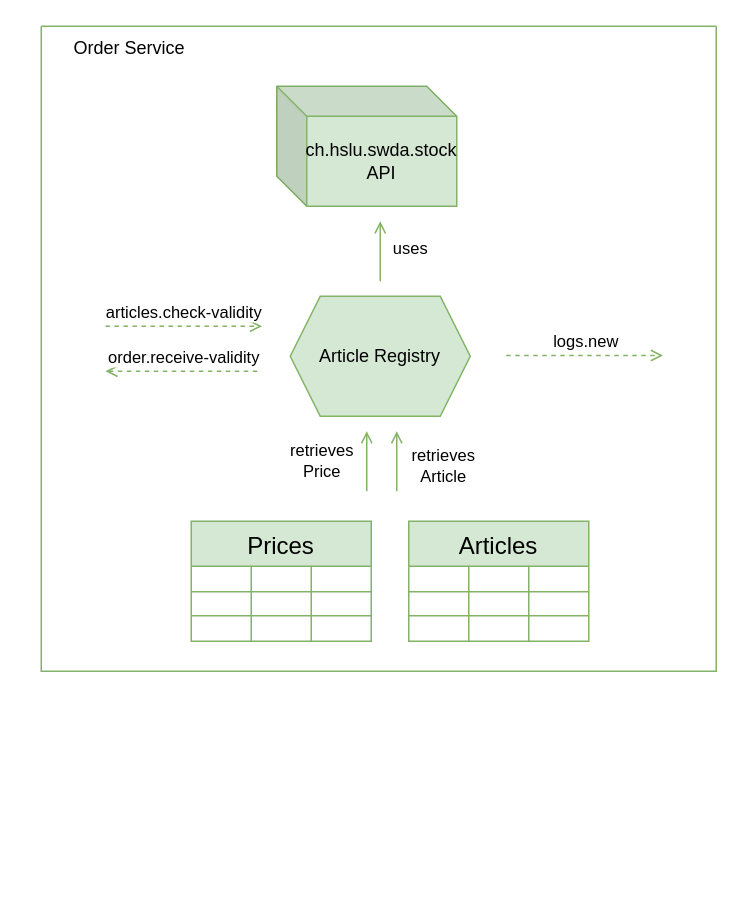
Earlier version of the draw.io diagram documentation/src/diagrams/C4/Layer2/ArticleRegistryService.drawio (joel-muller/hslu-swda). Source tidied: cells renumbered, new cells numbered last; positions are measured from the earlier drawing's top-left corner, leaving out a move shared by most shapes. Both pictures are drawn from the tidied source at 150%, with x=0, y=0 at pixel (40, 26).
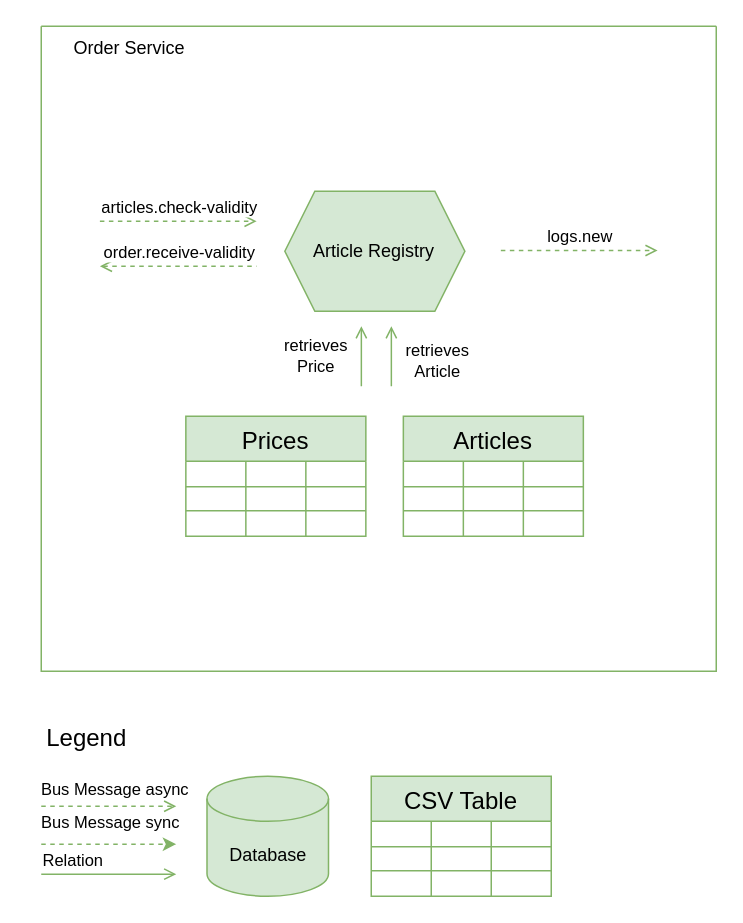
The same diagram, later.

Commit message (it also covers changes not shown here):
Add missing legend to the microserivces

The change refers to these unchanged cells:
```xml
<mxCell id="2" style="swimlane;startSize=0;fillColor=#d5e8d4;strokeColor=#82b366;" parent="1" vertex="1">
  <mxGeometry width="450" height="430" as="geometry" />
</mxCell>
```

Change to the diagram source:
```diff
@@
+    <mxCell id="9" value="Order Service" style="text;html=1;align=left;verticalAlign=middle;strokeColor=none;fillColor=none;" parent="2" vertex="1">
+      <mxGeometry x="20" width="100" height="30" as="geometry" />
+    </mxCell>
     <mxCell id="3" value="Article Registry" style="shape=hexagon;perimeter=hexagonPerimeter2;whiteSpace=wrap;html=1;fixedSize=1;fillColor=#d5e8d4;strokeColor=#82b366;" parent="2" vertex="1">
-      <mxGeometry x="166" y="180" width="120" height="80" as="geometry" />
+      <mxGeometry x="162.4" y="110" width="120" height="80" as="geometry" />
     </mxCell>
     <mxCell id="4" style="endArrow=none;html=1;rounded=0;fillColor=#d5e8d4;strokeColor=#82b366;startArrow=open;startFill=0;endFill=0;" parent="2" edge="1">
       <mxGeometry relative="1" as="geometry">
-        <mxPoint x="237" y="270" as="sourcePoint" />
-        <mxPoint x="237" y="310" as="targetPoint" />
+        <mxPoint x="233.4" y="200" as="sourcePoint" />
+        <mxPoint x="233.4" y="240" as="targetPoint" />
       </mxGeometry>
     </mxCell>
@@
-    <mxCell id="6" value="ch.hslu.swda.stock API" style="shape=cube;whiteSpace=wrap;html=1;boundedLbl=1;backgroundOutline=1;darkOpacity=0.05;darkOpacity2=0.1;fillColor=#d5e8d4;strokeColor=#82b366;" parent="2" vertex="1">
-      <mxGeometry x="157" y="40" width="120" height="80" as="geometry" />
-    </mxCell>
-    <mxCell id="7" style="endArrow=open;html=1;rounded=0;fillColor=#d5e8d4;strokeColor=#82b366;endFill=0;" parent="2" edge="1">
-      <mxGeometry relative="1" as="geometry">
-        <mxPoint x="226" y="170" as="sourcePoint" />
-        <mxPoint x="226" y="130" as="targetPoint" />
-      </mxGeometry>
-    </mxCell>
-    <mxCell id="8" value="uses" style="edgeLabel;html=1;align=center;verticalAlign=middle;" parent="7" vertex="1">
-      <mxGeometry x="-0.25" relative="1" as="geometry">
-        <mxPoint x="19" y="-8" as="offset" />
-      </mxGeometry>
-    </mxCell>
-    <mxCell id="9" value="Order Service" style="text;html=1;align=left;verticalAlign=middle;strokeColor=none;fillColor=none;" parent="2" vertex="1">
-      <mxGeometry x="20" width="100" height="30" as="geometry" />
-    </mxCell>
     <mxCell id="10" style="rounded=0;orthogonalLoop=1;jettySize=auto;html=1;dashed=1;endArrow=open;endFill=0;fillColor=#d5e8d4;strokeColor=#82b366;entryX=0;entryY=0.5;entryDx=0;entryDy=0;" parent="2" edge="1">
       <mxGeometry relative="1" as="geometry">
-        <mxPoint x="42.8" y="200" as="sourcePoint" />
-        <mxPoint x="147.2" y="200" as="targetPoint" />
+        <mxPoint x="39.1" y="130" as="sourcePoint" />
+        <mxPoint x="143.6" y="130" as="targetPoint" />
       </mxGeometry>
     </mxCell>
@@
     <mxCell id="12" style="rounded=0;orthogonalLoop=1;jettySize=auto;html=1;dashed=1;endArrow=none;endFill=0;fillColor=#d5e8d4;strokeColor=#82b366;entryX=0;entryY=0.5;entryDx=0;entryDy=0;startArrow=open;startFill=0;" parent="2" edge="1">
       <mxGeometry relative="1" as="geometry">
-        <mxPoint x="42.8" y="230" as="sourcePoint" />
-        <mxPoint x="147.2" y="230" as="targetPoint" />
+        <mxPoint x="39.1" y="160" as="sourcePoint" />
+        <mxPoint x="143.6" y="160" as="targetPoint" />
       </mxGeometry>
     </mxCell>
@@
     <mxCell id="14" style="rounded=0;orthogonalLoop=1;jettySize=auto;html=1;dashed=1;endArrow=open;endFill=0;fillColor=#d5e8d4;strokeColor=#82b366;entryX=0;entryY=0.5;entryDx=0;entryDy=0;startArrow=none;startFill=0;" parent="2" edge="1">
       <mxGeometry relative="1" as="geometry">
-        <mxPoint x="310" y="219.5" as="sourcePoint" />
-        <mxPoint x="414.5" y="219.5" as="targetPoint" />
+        <mxPoint x="306.4" y="149.5" as="sourcePoint" />
+        <mxPoint x="410.9" y="149.5" as="targetPoint" />
       </mxGeometry>
     </mxCell>
@@
     <mxCell id="16" value="Prices" style="shape=table;startSize=30;childLayout=tableLayout;strokeColor=#82b366;fontSize=16;fillColor=#d5e8d4;" parent="2" vertex="1">
-      <mxGeometry x="100" y="330" width="120" height="80" as="geometry" />
+      <mxGeometry x="96.4" y="260" width="120" height="80" as="geometry" />
     </mxCell>
@@
     <mxCell id="29" value="Articles" style="shape=table;startSize=30;childLayout=tableLayout;strokeColor=#82b366;fontSize=16;fillColor=#d5e8d4;" parent="2" vertex="1">
-      <mxGeometry x="245" y="330" width="120" height="80" as="geometry" />
+      <mxGeometry x="241.4" y="260" width="120" height="80" as="geometry" />
     </mxCell>
@@
-    <mxCell id="42" style="endArrow=none;html=1;rounded=0;fillColor=#d5e8d4;strokeColor=#82b366;startArrow=open;startFill=0;endFill=0;" parent="1" edge="1">
+    <mxCell id="42" style="endArrow=none;html=1;rounded=0;fillColor=#d5e8d4;strokeColor=#82b366;startArrow=open;startFill=0;endFill=0;" parent="2" edge="1">
       <mxGeometry relative="1" as="geometry">
-        <mxPoint x="217" y="270" as="sourcePoint" />
-        <mxPoint x="217" y="310" as="targetPoint" />
+        <mxPoint x="213.4" y="200" as="sourcePoint" />
+        <mxPoint x="213.4" y="240" as="targetPoint" />
       </mxGeometry>
     </mxCell>
@@
+    <mxCell id="44" value="Database" style="shape=cylinder3;whiteSpace=wrap;html=1;boundedLbl=1;backgroundOutline=1;size=15;fillColor=#d5e8d4;strokeColor=#82b366;" parent="1" vertex="1">
+      <mxGeometry x="110.5" y="500" width="81" height="80" as="geometry" />
+    </mxCell>
+    <mxCell id="45" value="Legend" style="text;html=1;align=center;verticalAlign=middle;strokeColor=none;fillColor=none;fontSize=16;" parent="1" vertex="1">
+      <mxGeometry x="-10" y="459" width="80" height="30" as="geometry" />
+    </mxCell>
+    <mxCell id="46" style="rounded=0;orthogonalLoop=1;jettySize=auto;html=1;dashed=1;endArrow=open;endFill=0;fillColor=#d5e8d4;strokeColor=#82b366;exitX=1;exitY=0.25;exitDx=0;exitDy=0;" parent="1" edge="1">
+      <mxGeometry relative="1" as="geometry">
+        <mxPoint y="520" as="sourcePoint" />
+        <mxPoint x="90" y="520" as="targetPoint" />
+      </mxGeometry>
+    </mxCell>
+    <mxCell id="47" value="Bus Message async" style="edgeLabel;html=1;align=center;verticalAlign=middle;" parent="46" vertex="1">
+      <mxGeometry x="0.07" y="1" relative="1" as="geometry">
+        <mxPoint y="-11" as="offset" />
+      </mxGeometry>
+    </mxCell>
+    <mxCell id="48" style="endArrow=none;html=1;rounded=0;fillColor=#d5e8d4;strokeColor=#82b366;startArrow=open;startFill=0;endFill=0;" parent="1" edge="1">
+      <mxGeometry relative="1" as="geometry">
+        <mxPoint x="90" y="565.3" as="sourcePoint" />
+        <mxPoint y="565.3" as="targetPoint" />
+      </mxGeometry>
+    </mxCell>
+    <mxCell id="49" value="Relation" style="edgeLabel;html=1;align=center;verticalAlign=middle;" parent="48" vertex="1">
+      <mxGeometry x="0.08" y="-2" relative="1" as="geometry">
+        <mxPoint x="-21" y="-8" as="offset" />
+      </mxGeometry>
+    </mxCell>
+    <mxCell id="50" style="rounded=0;orthogonalLoop=1;jettySize=auto;html=1;dashed=1;endArrow=classic;endFill=1;fillColor=#d5e8d4;strokeColor=#82b366;exitX=1;exitY=0.25;exitDx=0;exitDy=0;" parent="1" edge="1">
+      <mxGeometry relative="1" as="geometry">
+        <mxPoint y="545.3" as="sourcePoint" />
+        <mxPoint x="90" y="545.3" as="targetPoint" />
+      </mxGeometry>
+    </mxCell>
+    <mxCell id="51" value="Bus Message sync" style="edgeLabel;html=1;align=center;verticalAlign=middle;" parent="50" vertex="1">
+      <mxGeometry x="0.07" y="1" relative="1" as="geometry">
+        <mxPoint x="-3" y="-14" as="offset" />
+      </mxGeometry>
+    </mxCell>
+    <mxCell id="52" value="CSV Table" style="shape=table;startSize=30;childLayout=tableLayout;strokeColor=#82b366;fontSize=16;fillColor=#d5e8d4;" parent="1" vertex="1">
+      <mxGeometry x="220" y="500" width="120" height="80" as="geometry" />
+    </mxCell>
+    <mxCell id="53" style="shape=tableRow;horizontal=0;startSize=0;swimlaneHead=0;swimlaneBody=0;strokeColor=inherit;top=0;left=0;bottom=0;right=0;fillColor=none;fontSize=16;" parent="52" vertex="1">
+      <mxGeometry y="30" width="120" height="17" as="geometry" />
+    </mxCell>
+    <mxCell id="54" style="shape=partialRectangle;html=1;whiteSpace=wrap;strokeColor=inherit;overflow=hidden;fillColor=none;top=0;left=0;bottom=0;right=0;fontSize=16;" parent="53" vertex="1">
+      <mxGeometry width="40" height="17" as="geometry" />
+    </mxCell>
+    <mxCell id="55" style="shape=partialRectangle;html=1;whiteSpace=wrap;strokeColor=inherit;overflow=hidden;fillColor=none;top=0;left=0;bottom=0;right=0;fontSize=16;" parent="53" vertex="1">
+      <mxGeometry x="40" width="40" height="17" as="geometry" />
+    </mxCell>
+    <mxCell id="56" style="shape=partialRectangle;html=1;whiteSpace=wrap;strokeColor=inherit;overflow=hidden;fillColor=none;top=0;left=0;bottom=0;right=0;fontSize=16;" parent="53" vertex="1">
+      <mxGeometry x="80" width="40" height="17" as="geometry" />
+    </mxCell>
+    <mxCell id="57" style="shape=tableRow;horizontal=0;startSize=0;swimlaneHead=0;swimlaneBody=0;strokeColor=inherit;top=0;left=0;bottom=0;right=0;fillColor=none;fontSize=16;" parent="52" vertex="1">
+      <mxGeometry y="47" width="120" height="16" as="geometry" />
+    </mxCell>
+    <mxCell id="58" style="shape=partialRectangle;html=1;whiteSpace=wrap;strokeColor=inherit;overflow=hidden;fillColor=none;top=0;left=0;bottom=0;right=0;fontSize=16;" parent="57" vertex="1">
+      <mxGeometry width="40" height="16" as="geometry" />
+    </mxCell>
+    <mxCell id="59" style="shape=partialRectangle;html=1;whiteSpace=wrap;strokeColor=inherit;overflow=hidden;fillColor=none;top=0;left=0;bottom=0;right=0;fontSize=16;" parent="57" vertex="1">
+      <mxGeometry x="40" width="40" height="16" as="geometry" />
+    </mxCell>
+    <mxCell id="60" style="shape=partialRectangle;html=1;whiteSpace=wrap;strokeColor=inherit;overflow=hidden;fillColor=none;top=0;left=0;bottom=0;right=0;fontSize=16;" parent="57" vertex="1">
+      <mxGeometry x="80" width="40" height="16" as="geometry" />
+    </mxCell>
+    <mxCell id="61" style="shape=tableRow;horizontal=0;startSize=0;swimlaneHead=0;swimlaneBody=0;strokeColor=inherit;top=0;left=0;bottom=0;right=0;fillColor=none;fontSize=16;" parent="52" vertex="1">
+      <mxGeometry y="63" width="120" height="17" as="geometry" />
+    </mxCell>
+    <mxCell id="62" style="shape=partialRectangle;html=1;whiteSpace=wrap;strokeColor=inherit;overflow=hidden;fillColor=none;top=0;left=0;bottom=0;right=0;fontSize=16;" parent="61" vertex="1">
+      <mxGeometry width="40" height="17" as="geometry" />
+    </mxCell>
+    <mxCell id="63" style="shape=partialRectangle;html=1;whiteSpace=wrap;strokeColor=inherit;overflow=hidden;fillColor=none;top=0;left=0;bottom=0;right=0;fontSize=16;" parent="61" vertex="1">
+      <mxGeometry x="40" width="40" height="17" as="geometry" />
+    </mxCell>
+    <mxCell id="64" style="shape=partialRectangle;html=1;whiteSpace=wrap;strokeColor=inherit;overflow=hidden;fillColor=none;top=0;left=0;bottom=0;right=0;fontSize=16;" parent="61" vertex="1">
+      <mxGeometry x="80" width="40" height="17" as="geometry" />
+    </mxCell>
```
